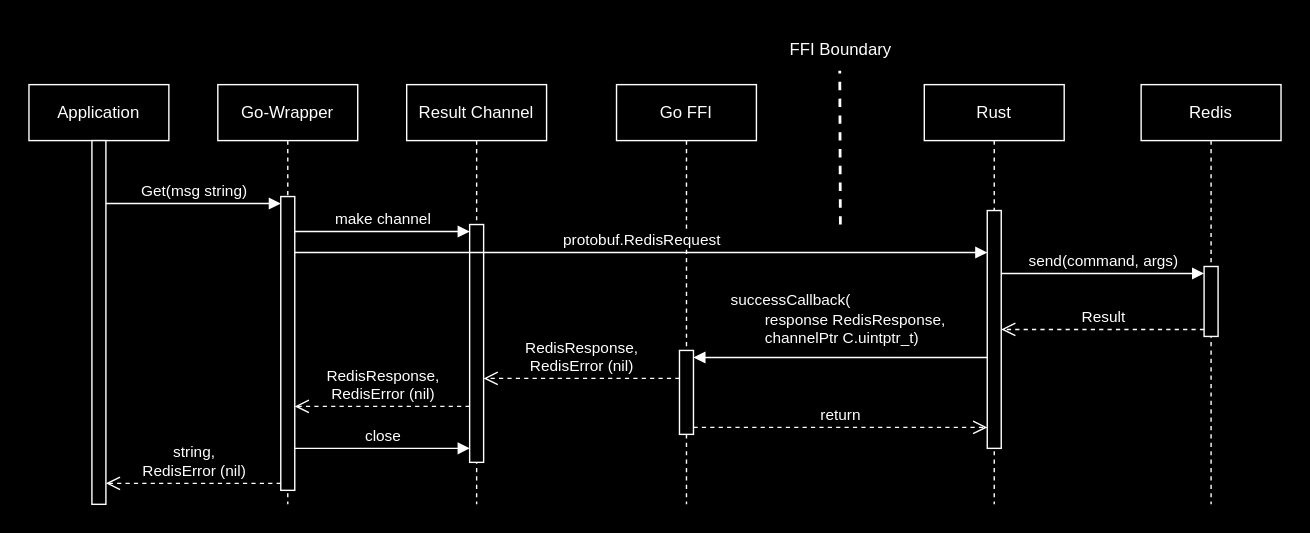
The draw.io diagram docs/img/FFI-request-success-sequence.svg in Bit-Quill/valkey-glide, before a commit. Source tidied: cells renumbered, new cells last; positions are measured from the earlier drawing's top-left corner, leaving out a move shared by most shapes. The source it was exported from:
```xml
<mxGraphModel>
  <root>
    <mxCell id="0" />
    <mxCell id="1" parent="0" />
    <mxCell id="2" value="Go FFI" style="shape=umlLifeline;perimeter=lifelinePerimeter;whiteSpace=wrap;html=1;newEdgeStyle={&quot;edgeStyle&quot;:&quot;elbowEdgeStyle&quot;,&quot;elbow&quot;:&quot;vertical&quot;,&quot;curved&quot;:0,&quot;rounded&quot;:0};" parent="1" vertex="1">
      <mxGeometry x="420" y="40" width="100" height="300" as="geometry" />
    </mxCell>
    <mxCell id="3" value="Rust" style="shape=umlLifeline;perimeter=lifelinePerimeter;whiteSpace=wrap;html=1;newEdgeStyle={&quot;edgeStyle&quot;:&quot;elbowEdgeStyle&quot;,&quot;elbow&quot;:&quot;vertical&quot;,&quot;curved&quot;:0,&quot;rounded&quot;:0};" parent="1" vertex="1">
      <mxGeometry x="640" y="40" width="100" height="300" as="geometry" />
    </mxCell>
    <mxCell id="4" value="Redis" style="shape=umlLifeline;perimeter=lifelinePerimeter;whiteSpace=wrap;html=1;newEdgeStyle={&quot;edgeStyle&quot;:&quot;elbowEdgeStyle&quot;,&quot;elbow&quot;:&quot;vertical&quot;,&quot;curved&quot;:0,&quot;rounded&quot;:0};" parent="1" vertex="1">
      <mxGeometry x="795" y="40" width="100" height="300" as="geometry" />
    </mxCell>
    <mxCell id="5" style="html=1;points=[[0,0,0,0,5],[0,1,0,0,-5],[1,0,0,0,5],[1,1,0,0,-5]];perimeter=orthogonalPerimeter;outlineConnect=0;targetShapes=umlLifeline;portConstraint=eastwest;newEdgeStyle={&quot;curved&quot;:0,&quot;rounded&quot;:0};" parent="4" vertex="1">
      <mxGeometry x="45" y="130" width="10" height="50" as="geometry" />
    </mxCell>
    <mxCell id="6" style="endArrow=none;dashed=1;html=1;strokeWidth=2;rounded=0;orthogonal=1;" parent="1" edge="1">
      <mxGeometry relative="1" as="geometry">
        <mxPoint x="580" y="140" as="sourcePoint" />
        <mxPoint x="579.6" y="30" as="targetPoint" />
      </mxGeometry>
    </mxCell>
    <mxCell id="7" value="FFI Boundary" style="text;html=1;align=center;verticalAlign=middle;strokeColor=none;fillColor=none;" parent="1" vertex="1">
      <mxGeometry x="530" width="100" height="30" as="geometry" />
    </mxCell>
    <mxCell id="8" value="Result Channel" style="shape=umlLifeline;perimeter=lifelinePerimeter;whiteSpace=wrap;html=1;newEdgeStyle={&quot;edgeStyle&quot;:&quot;elbowEdgeStyle&quot;,&quot;elbow&quot;:&quot;vertical&quot;,&quot;curved&quot;:0,&quot;rounded&quot;:0};" parent="1" vertex="1">
      <mxGeometry x="270" y="40" width="100" height="300" as="geometry" />
    </mxCell>
    <mxCell id="9" style="html=1;points=[[0,0,0,0,5],[0,1,0,0,-5],[1,0,0,0,5],[1,1,0,0,-5]];perimeter=orthogonalPerimeter;outlineConnect=0;targetShapes=umlLifeline;portConstraint=eastwest;newEdgeStyle={&quot;curved&quot;:0,&quot;rounded&quot;:0};" parent="8" vertex="1">
      <mxGeometry x="45" y="100" width="10" height="170" as="geometry" />
    </mxCell>
    <mxCell id="10" value="protobuf.RedisRequest" style="html=1;verticalAlign=bottom;endArrow=block;curved=0;rounded=0;entryX=0;entryY=0;entryDx=0;entryDy=5;" parent="1" edge="1" source="24">
      <mxGeometry relative="1" as="geometry">
        <mxPoint x="685" y="160" as="targetPoint" />
      </mxGeometry>
    </mxCell>
    <mxCell id="11" value="make channel" style="html=1;verticalAlign=bottom;endArrow=block;curved=0;rounded=0;entryX=0;entryY=0;entryDx=0;entryDy=5;" parent="1" edge="1" source="24" target="9">
      <mxGeometry relative="1" as="geometry" />
    </mxCell>
    <mxCell id="12" value="RedisResponse, &lt;br&gt;RedisError (nil)" style="html=1;verticalAlign=bottom;endArrow=open;dashed=1;endSize=8;curved=0;rounded=0;exitX=0;exitY=1;exitDx=0;exitDy=-5;" parent="1" edge="1">
      <mxGeometry relative="1" as="geometry">
        <mxPoint x="315" y="270" as="sourcePoint" />
        <mxPoint x="190" y="270" as="targetPoint" />
      </mxGeometry>
    </mxCell>
    <mxCell id="13" value="RedisResponse, &lt;br&gt;RedisError (nil)" style="html=1;verticalAlign=bottom;endArrow=open;dashed=1;endSize=8;curved=0;rounded=0;" parent="1" edge="1" target="9">
      <mxGeometry relative="1" as="geometry">
        <mxPoint x="465" y="250" as="sourcePoint" />
      </mxGeometry>
    </mxCell>
    <mxCell id="14" value="Result" style="html=1;verticalAlign=bottom;endArrow=open;dashed=1;endSize=8;curved=0;rounded=0;exitX=0;exitY=1;exitDx=0;exitDy=-5;" parent="1" edge="1" source="5" target="18">
      <mxGeometry relative="1" as="geometry" />
    </mxCell>
    <mxCell id="15" value="send(command, args)" style="html=1;verticalAlign=bottom;endArrow=block;curved=0;rounded=0;entryX=0;entryY=0;entryDx=0;entryDy=5;entryPerimeter=0;" parent="1" edge="1" source="18" target="5">
      <mxGeometry relative="1" as="geometry" />
    </mxCell>
    <mxCell id="16" style="html=1;points=[[0,0,0,0,5],[0,1,0,0,-5],[1,0,0,0,5],[1,1,0,0,-5]];perimeter=orthogonalPerimeter;outlineConnect=0;targetShapes=umlLifeline;portConstraint=eastwest;newEdgeStyle={&quot;curved&quot;:0,&quot;rounded&quot;:0};" parent="1" vertex="1">
      <mxGeometry x="465" y="230" width="10" height="60" as="geometry" />
    </mxCell>
    <mxCell id="17" value="successCallback(&lt;br&gt;&amp;nbsp; &amp;nbsp; &amp;nbsp; &amp;nbsp; response RedisResponse,&amp;nbsp;&lt;br&gt;&amp;nbsp; &amp;nbsp; &amp;nbsp; &amp;nbsp; channelPtr C.uintptr_t)" style="html=1;verticalAlign=bottom;endArrow=block;curved=0;rounded=0;entryX=1;entryY=0;entryDx=0;entryDy=5;align=left;" parent="1" edge="1" source="18" target="16">
      <mxGeometry x="0.76" y="-5" relative="1" as="geometry" />
    </mxCell>
    <mxCell id="18" style="html=1;points=[[0,0,0,0,5],[0,1,0,0,-5],[1,0,0,0,5],[1,1,0,0,-5]];perimeter=orthogonalPerimeter;outlineConnect=0;targetShapes=umlLifeline;portConstraint=eastwest;newEdgeStyle={&quot;curved&quot;:0,&quot;rounded&quot;:0};" parent="1" vertex="1">
      <mxGeometry x="685" y="130" width="10" height="170" as="geometry" />
    </mxCell>
    <mxCell id="19" value="return" style="html=1;verticalAlign=bottom;endArrow=open;dashed=1;endSize=8;curved=0;rounded=0;exitX=1;exitY=1;exitDx=0;exitDy=-5;" parent="1" edge="1" source="16">
      <mxGeometry relative="1" as="geometry">
        <mxPoint x="685" y="285" as="targetPoint" />
      </mxGeometry>
    </mxCell>
    <mxCell id="20" style="group;" parent="1" vertex="1">
      <mxGeometry y="40" width="235" height="300" as="geometry" />
    </mxCell>
    <mxCell id="21" value="Application" style="shape=umlLifeline;perimeter=lifelinePerimeter;whiteSpace=wrap;html=1;newEdgeStyle={&quot;edgeStyle&quot;:&quot;elbowEdgeStyle&quot;,&quot;elbow&quot;:&quot;vertical&quot;,&quot;curved&quot;:0,&quot;rounded&quot;:0};" parent="20" vertex="1">
      <mxGeometry width="100" height="300" as="geometry" />
    </mxCell>
    <mxCell id="22" style="html=1;points=[];perimeter=orthogonalPerimeter;outlineConnect=0;targetShapes=umlLifeline;portConstraint=eastwest;newEdgeStyle={&quot;edgeStyle&quot;:&quot;elbowEdgeStyle&quot;,&quot;elbow&quot;:&quot;vertical&quot;,&quot;curved&quot;:0,&quot;rounded&quot;:0};" parent="21" vertex="1">
      <mxGeometry x="45" y="40" width="10" height="260" as="geometry" />
    </mxCell>
    <mxCell id="23" value="Go-Wrapper" style="shape=umlLifeline;perimeter=lifelinePerimeter;whiteSpace=wrap;html=1;newEdgeStyle={&quot;edgeStyle&quot;:&quot;elbowEdgeStyle&quot;,&quot;elbow&quot;:&quot;vertical&quot;,&quot;curved&quot;:0,&quot;rounded&quot;:0};" parent="20" vertex="1">
      <mxGeometry x="135" width="100" height="300" as="geometry" />
    </mxCell>
    <mxCell id="24" style="html=1;points=[[0,0,0,0,5],[0,1,0,0,-5],[1,0,0,0,5],[1,1,0,0,-5]];perimeter=orthogonalPerimeter;outlineConnect=0;targetShapes=umlLifeline;portConstraint=eastwest;newEdgeStyle={&quot;curved&quot;:0,&quot;rounded&quot;:0};" parent="23" vertex="1">
      <mxGeometry x="45" y="80" width="10" height="210" as="geometry" />
    </mxCell>
    <mxCell id="25" value="Get(msg string)" style="html=1;verticalAlign=bottom;endArrow=block;curved=0;rounded=0;entryX=0;entryY=0;entryDx=0;entryDy=5;" parent="20" edge="1" source="22" target="24">
      <mxGeometry relative="1" as="geometry" />
    </mxCell>
    <mxCell id="26" value="string, &lt;br&gt;RedisError (nil)" style="html=1;verticalAlign=bottom;endArrow=open;dashed=1;endSize=8;curved=0;rounded=0;exitX=0;exitY=1;exitDx=0;exitDy=-5;" parent="20" edge="1" source="24" target="22">
      <mxGeometry relative="1" as="geometry" />
    </mxCell>
    <mxCell id="27" value="close" style="html=1;verticalAlign=bottom;endArrow=block;curved=0;rounded=0;entryX=0;entryY=0;entryDx=0;entryDy=5;" parent="1" edge="1">
      <mxGeometry relative="1" as="geometry">
        <mxPoint x="190" y="300" as="sourcePoint" />
        <mxPoint x="315" y="300" as="targetPoint" />
      </mxGeometry>
    </mxCell>
  </root>
</mxGraphModel>
```
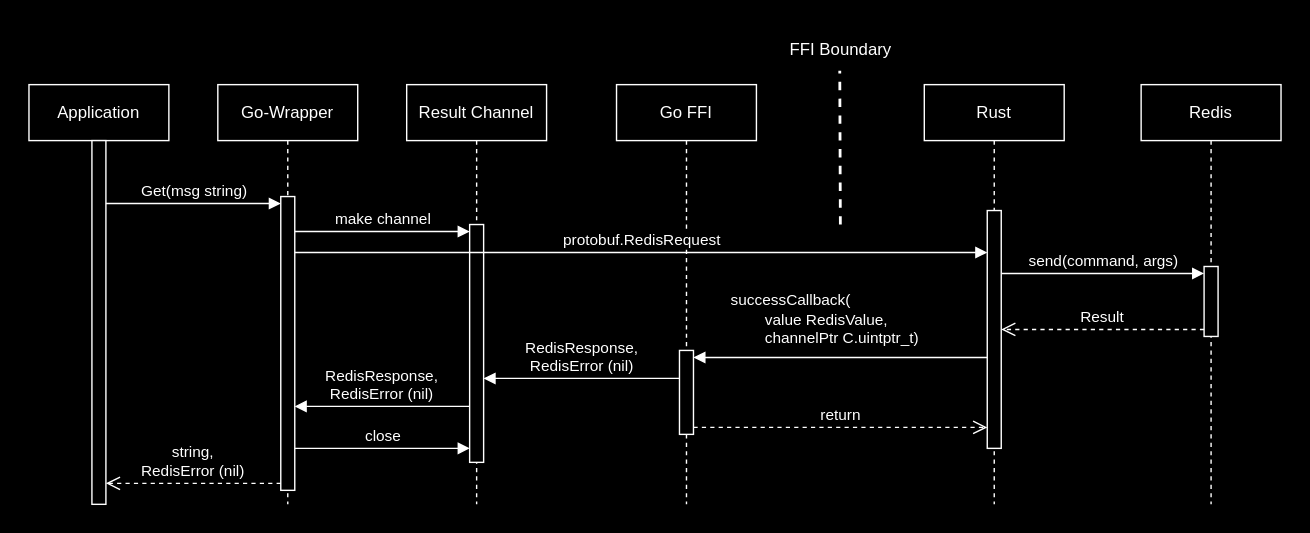
After the commit.

Commit message:
Update diagrams so that maps and arrays of Redis values include an enum indicating the value type

What changed in the source:
```diff
@@ -37,17 +37,6 @@
     <mxCell id="11" value="make channel" style="html=1;verticalAlign=bottom;endArrow=block;curved=0;rounded=0;entryX=0;entryY=0;entryDx=0;entryDy=5;" parent="1" edge="1" source="24" target="9">
       <mxGeometry relative="1" as="geometry" />
     </mxCell>
-    <mxCell id="12" value="RedisResponse, &lt;br&gt;RedisError (nil)" style="html=1;verticalAlign=bottom;endArrow=open;dashed=1;endSize=8;curved=0;rounded=0;exitX=0;exitY=1;exitDx=0;exitDy=-5;" parent="1" edge="1">
-      <mxGeometry relative="1" as="geometry">
-        <mxPoint x="315" y="270" as="sourcePoint" />
-        <mxPoint x="190" y="270" as="targetPoint" />
-      </mxGeometry>
-    </mxCell>
-    <mxCell id="13" value="RedisResponse, &lt;br&gt;RedisError (nil)" style="html=1;verticalAlign=bottom;endArrow=open;dashed=1;endSize=8;curved=0;rounded=0;" parent="1" edge="1" target="9">
-      <mxGeometry relative="1" as="geometry">
-        <mxPoint x="465" y="250" as="sourcePoint" />
-      </mxGeometry>
-    </mxCell>
     <mxCell id="14" value="Result" style="html=1;verticalAlign=bottom;endArrow=open;dashed=1;endSize=8;curved=0;rounded=0;exitX=0;exitY=1;exitDx=0;exitDy=-5;" parent="1" edge="1" source="5" target="18">
       <mxGeometry relative="1" as="geometry" />
     </mxCell>
@@ -57,7 +46,7 @@
     <mxCell id="16" style="html=1;points=[[0,0,0,0,5],[0,1,0,0,-5],[1,0,0,0,5],[1,1,0,0,-5]];perimeter=orthogonalPerimeter;outlineConnect=0;targetShapes=umlLifeline;portConstraint=eastwest;newEdgeStyle={&quot;curved&quot;:0,&quot;rounded&quot;:0};" parent="1" vertex="1">
       <mxGeometry x="465" y="230" width="10" height="60" as="geometry" />
     </mxCell>
-    <mxCell id="17" value="successCallback(&lt;br&gt;&amp;nbsp; &amp;nbsp; &amp;nbsp; &amp;nbsp; response RedisResponse,&amp;nbsp;&lt;br&gt;&amp;nbsp; &amp;nbsp; &amp;nbsp; &amp;nbsp; channelPtr C.uintptr_t)" style="html=1;verticalAlign=bottom;endArrow=block;curved=0;rounded=0;entryX=1;entryY=0;entryDx=0;entryDy=5;align=left;" parent="1" edge="1" source="18" target="16">
+    <mxCell id="17" value="successCallback(&lt;br&gt;&amp;nbsp; &amp;nbsp; &amp;nbsp; &amp;nbsp; value RedisValue,&amp;nbsp;&lt;br&gt;&amp;nbsp; &amp;nbsp; &amp;nbsp; &amp;nbsp; channelPtr C.uintptr_t)" style="html=1;verticalAlign=bottom;endArrow=block;curved=0;rounded=0;entryX=1;entryY=0;entryDx=0;entryDy=5;align=left;" parent="1" edge="1" source="18" target="16">
       <mxGeometry x="0.76" y="-5" relative="1" as="geometry" />
     </mxCell>
     <mxCell id="18" style="html=1;points=[[0,0,0,0,5],[0,1,0,0,-5],[1,0,0,0,5],[1,1,0,0,-5]];perimeter=orthogonalPerimeter;outlineConnect=0;targetShapes=umlLifeline;portConstraint=eastwest;newEdgeStyle={&quot;curved&quot;:0,&quot;rounded&quot;:0};" parent="1" vertex="1">
@@ -89,11 +78,23 @@
     <mxCell id="26" value="string, &lt;br&gt;RedisError (nil)" style="html=1;verticalAlign=bottom;endArrow=open;dashed=1;endSize=8;curved=0;rounded=0;exitX=0;exitY=1;exitDx=0;exitDy=-5;" parent="20" edge="1" source="24" target="22">
       <mxGeometry relative="1" as="geometry" />
     </mxCell>
+    <mxCell id="28" value="RedisResponse,&lt;br&gt;RedisError (nil)" style="html=1;verticalAlign=bottom;endArrow=block;curved=0;rounded=0;" parent="20" edge="1">
+      <mxGeometry relative="1" as="geometry">
+        <mxPoint x="315" y="230" as="sourcePoint" />
+        <mxPoint x="190" y="230" as="targetPoint" />
+      </mxGeometry>
+    </mxCell>
     <mxCell id="27" value="close" style="html=1;verticalAlign=bottom;endArrow=block;curved=0;rounded=0;entryX=0;entryY=0;entryDx=0;entryDy=5;" parent="1" edge="1">
       <mxGeometry relative="1" as="geometry">
         <mxPoint x="190" y="300" as="sourcePoint" />
         <mxPoint x="315" y="300" as="targetPoint" />
       </mxGeometry>
     </mxCell>
+    <mxCell id="29" value="RedisResponse,&lt;br&gt;RedisError (nil)" style="html=1;verticalAlign=bottom;endArrow=block;curved=0;rounded=0;exitX=0;exitY=0;exitDx=0;exitDy=5;exitPerimeter=0;" parent="1" edge="1">
+      <mxGeometry relative="1" as="geometry">
+        <mxPoint x="465" y="250" as="sourcePoint" />
+        <mxPoint x="325" y="250" as="targetPoint" />
+      </mxGeometry>
+    </mxCell>
   </root>
 </mxGraphModel>
```
